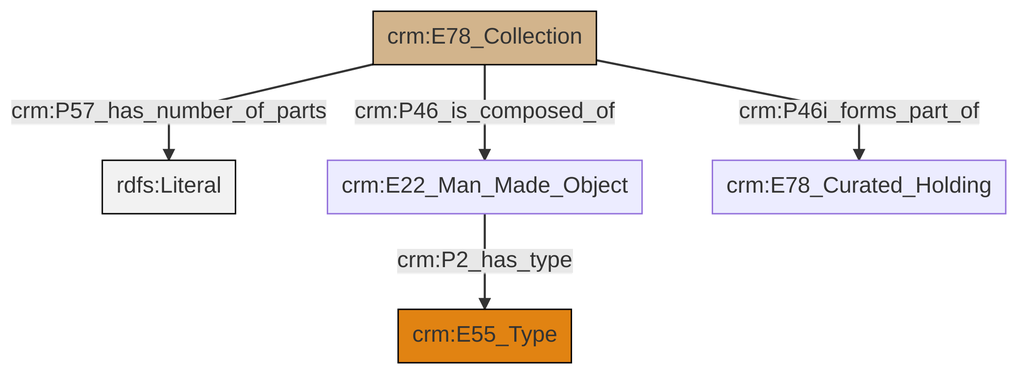
swiss-art-research-net/docs.swissartresearch keeps this Mermaid diagram as et/archivalCSV/ttl/mmd/png/archival_parthood.png. Above is the earlier version. Its source is kept beside it as et/archivalCSV/ttl/mmd/archival_parthood.ttl.mmd.
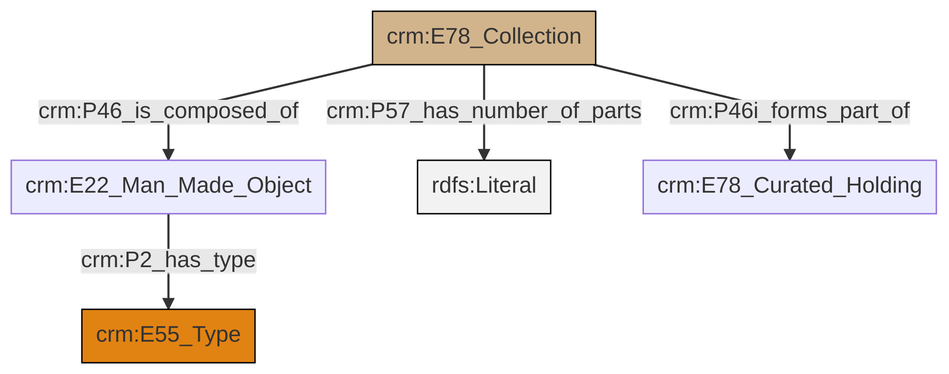
The same file after the commit.

What changed in the source:
```diff
@@ -13,7 +13,7 @@
 classDef PC_Classes fill:#4ce600, stroke:#000000;
 classDef Multi fill:#cccccc,stroke:#000000;
 
-0["crm:E78_Collection"]:::Physical_Thing -->|crm:P57_has_number_of_parts| 1[rdfs:Literal]:::Literal
-0["crm:E78_Collection"]:::Physical_Thing -->|crm:P46_is_composed_of| 3["crm:E22_Man_Made_Object"]:::Default
-0["crm:E78_Collection"]:::Physical_Thing -->|crm:P46i_forms_part_of| 4["crm:E78_Curated_Holding"]:::Default
-3["crm:E22_Man_Made_Object"]:::Default -->|crm:P2_has_type| 5["crm:E55_Type"]:::Type
+2["crm:E78_Collection"]:::Physical_Thing -->|crm:P46_is_composed_of| 0["crm:E22_Man_Made_Object"]:::Default
+0["crm:E22_Man_Made_Object"]:::Default -->|crm:P2_has_type| 4["crm:E55_Type"]:::Type
+2["crm:E78_Collection"]:::Physical_Thing -->|crm:P57_has_number_of_parts| 6[rdfs:Literal]:::Literal
+2["crm:E78_Collection"]:::Physical_Thing -->|crm:P46i_forms_part_of| 7["crm:E78_Curated_Holding"]:::Default
```
